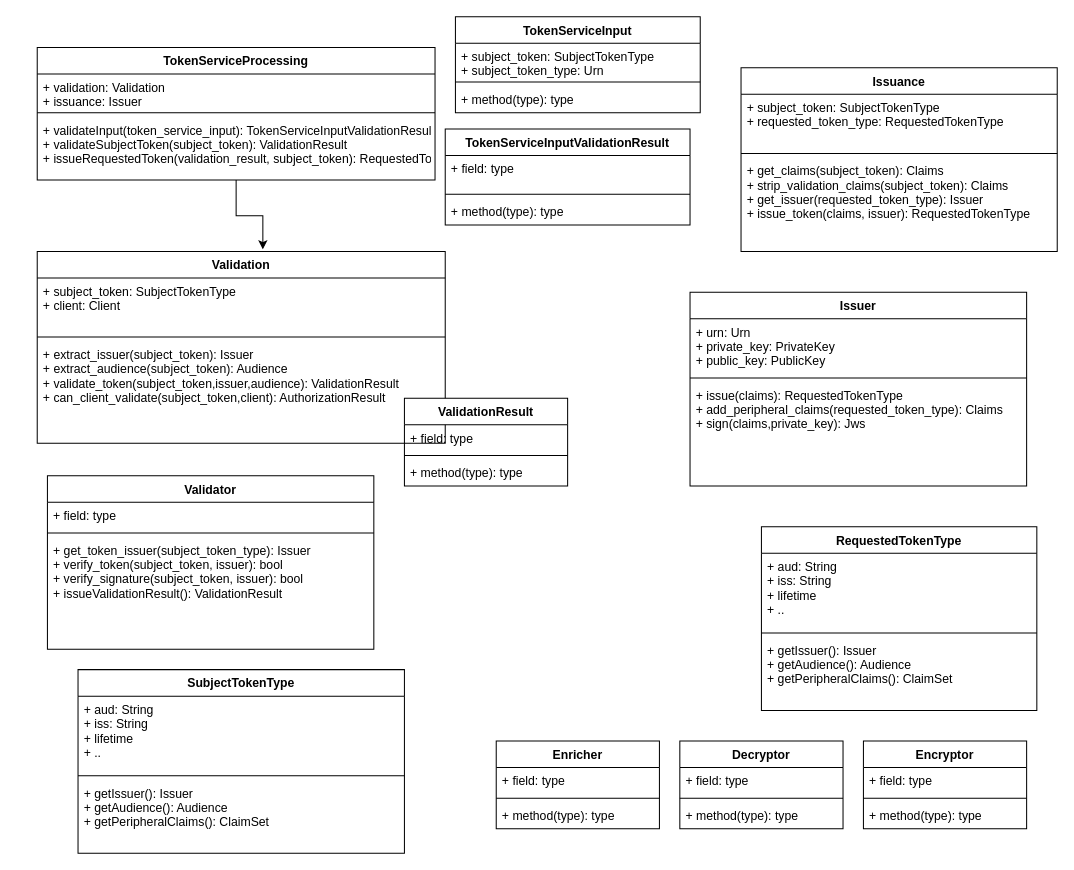
Above: page "TokenServiceProcessing" (4 of 7) of Secure Token Exchange.drawio in dachachacha/dotfiles (draw.io), before the change. Source tidied: cells renumbered, new cells numbered last; positions are measured from the earlier drawing's top-left corner, leaving out a move shared by most shapes. Both pictures are drawn from the tidied source at 102%, with x=0, y=0 at pixel (37, 16).
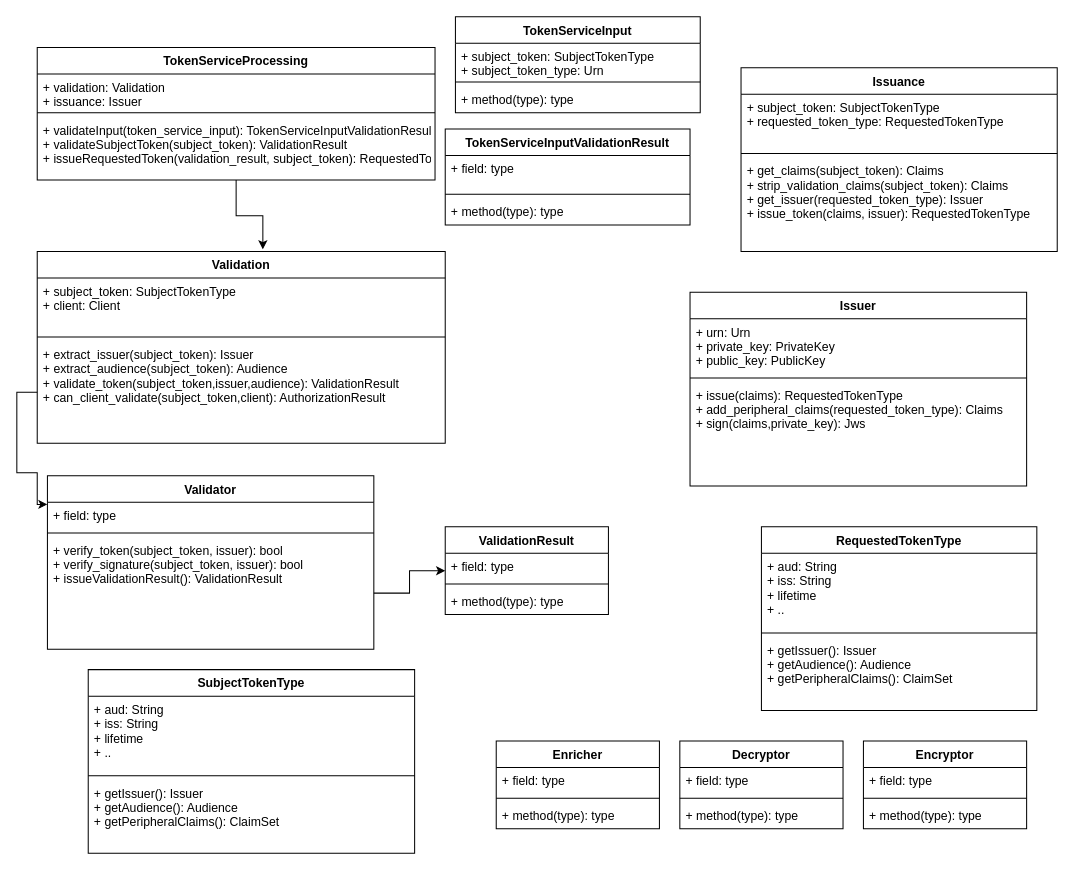
After the change.

The change refers to these unchanged cells:
```xml
<mxCell id="10" value="+ extract_issuer(subject_token): Issuer&#10;+ extract_audience(subject_token): Audience&#10;+ validate_token(subject_token,issuer,audience): ValidationResult&#10;+ can_client_validate(subject_token,client): AuthorizationResult" style="text;strokeColor=none;fillColor=none;align=left;verticalAlign=top;spacingLeft=4;spacingRight=4;overflow=hidden;points=[[0,0.5],[1,0.5]];portConstraint=eastwest;" parent="7" vertex="1">
  <mxGeometry y="88" width="400" height="100" as="geometry" />
</mxCell>
<mxCell id="23" value="Validator" style="swimlane;fontStyle=1;align=center;verticalAlign=top;horizontal=1;startSize=26;" parent="1" vertex="1">
  <mxGeometry x="10" y="450" width="320" height="170" as="geometry" />
</mxCell>
```

Diff of the diagram source:
```diff
@@
-    <mxCell id="26" value="+ get_token_issuer(subject_token_type): Issuer&#10;+ verify_token(subject_token, issuer): bool &#10;+ verify_signature(subject_token, issuer): bool&#10;+ issueValidationResult(): ValidationResult" style="text;strokeColor=none;fillColor=none;align=left;verticalAlign=top;spacingLeft=4;spacingRight=4;overflow=hidden;points=[[0,0.5],[1,0.5]];portConstraint=eastwest;" parent="23" vertex="1">
+    <mxCell id="26" value="+ verify_token(subject_token, issuer): bool &#10;+ verify_signature(subject_token, issuer): bool&#10;+ issueValidationResult(): ValidationResult" style="text;strokeColor=none;fillColor=none;align=left;verticalAlign=top;spacingLeft=4;spacingRight=4;overflow=hidden;points=[[0,0.5],[1,0.5]];portConstraint=eastwest;" parent="23" vertex="1">
       <mxGeometry y="60" width="320" height="110" as="geometry" />
     </mxCell>
@@
     <mxCell id="39" value="ValidationResult" style="swimlane;fontStyle=1;align=center;verticalAlign=top;horizontal=1;startSize=26;" parent="1" vertex="1">
-      <mxGeometry x="360" y="374" width="160" height="86" as="geometry" />
+      <mxGeometry x="400" y="500" width="160" height="86" as="geometry" />
     </mxCell>
@@
     <mxCell id="43" value="SubjectTokenType" style="swimlane;fontStyle=1;align=center;verticalAlign=top;horizontal=1;startSize=26;" parent="1" vertex="1">
-      <mxGeometry x="40" y="640" width="320" height="180" as="geometry" />
+      <mxGeometry x="50" y="640" width="320" height="180" as="geometry" />
     </mxCell>
@@
+    <mxCell id="55" style="edgeStyle=orthogonalEdgeStyle;rounded=0;jettySize=auto;html=1;" parent="1" edge="1" source="10" target="23">
+      <mxGeometry relative="1" as="geometry">
+        <Array as="points">
+          <mxPoint x="-20" y="368" />
+          <mxPoint x="-20" y="447" />
+          <mxPoint y="447" />
+          <mxPoint y="478" />
+        </Array>
+      </mxGeometry>
+    </mxCell>
+    <mxCell id="56" style="edgeStyle=orthogonalEdgeStyle;rounded=0;jettySize=auto;html=1;" parent="1" edge="1" source="26" target="39">
+      <mxGeometry relative="1" as="geometry" />
+    </mxCell>
```
